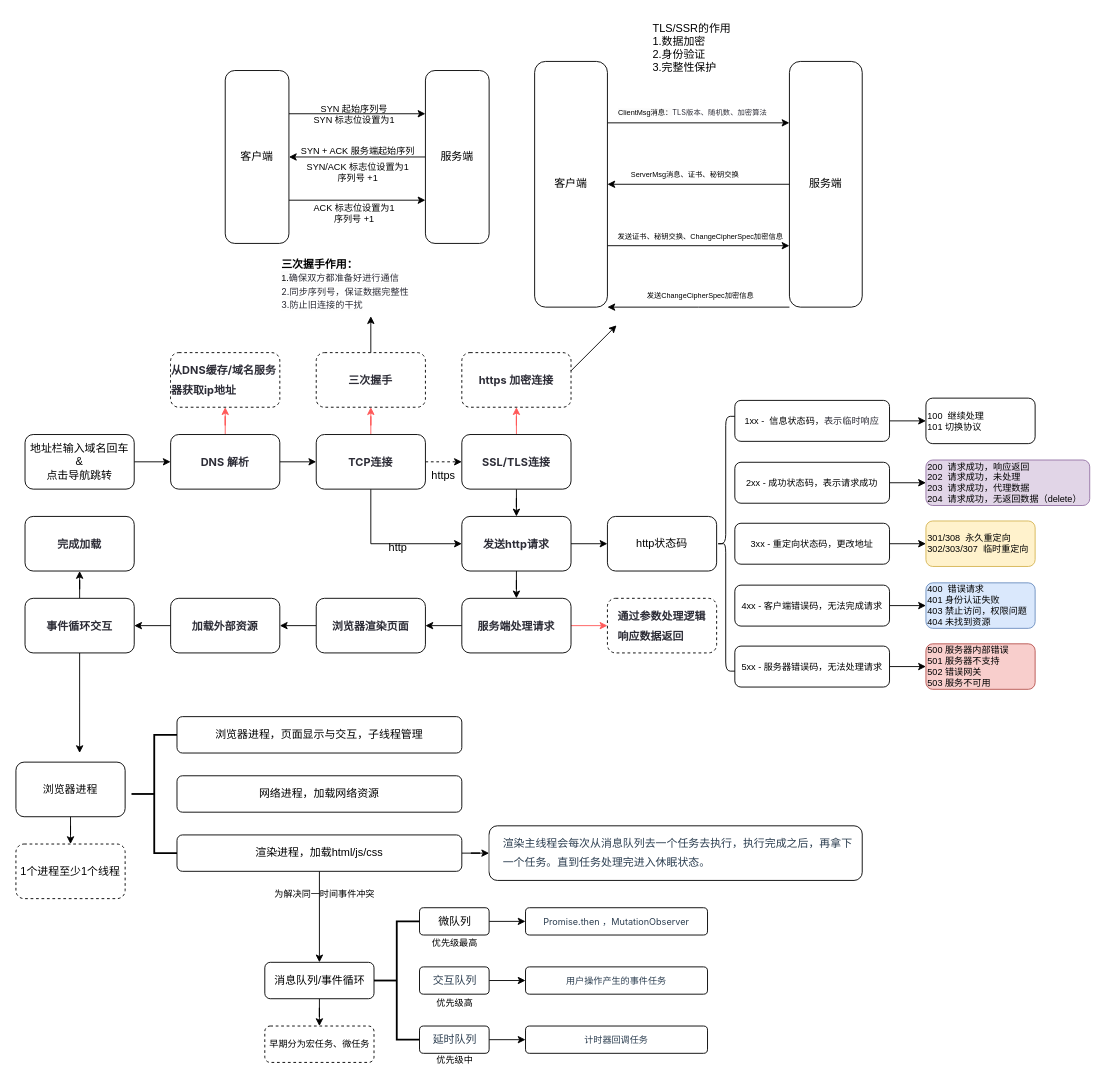
Before: public/lct/浏览器从输入ip到页面加载执行过程.drawio in GHchenjingqi/home, a draw.io diagram. Source tidied: cells renumbered, new cells numbered last; positions are measured from the earlier drawing's top-left corner, leaving out a move shared by most shapes. Both pictures are drawn from the tidied source at 91%, with x=0, y=0 at pixel (15, 15).
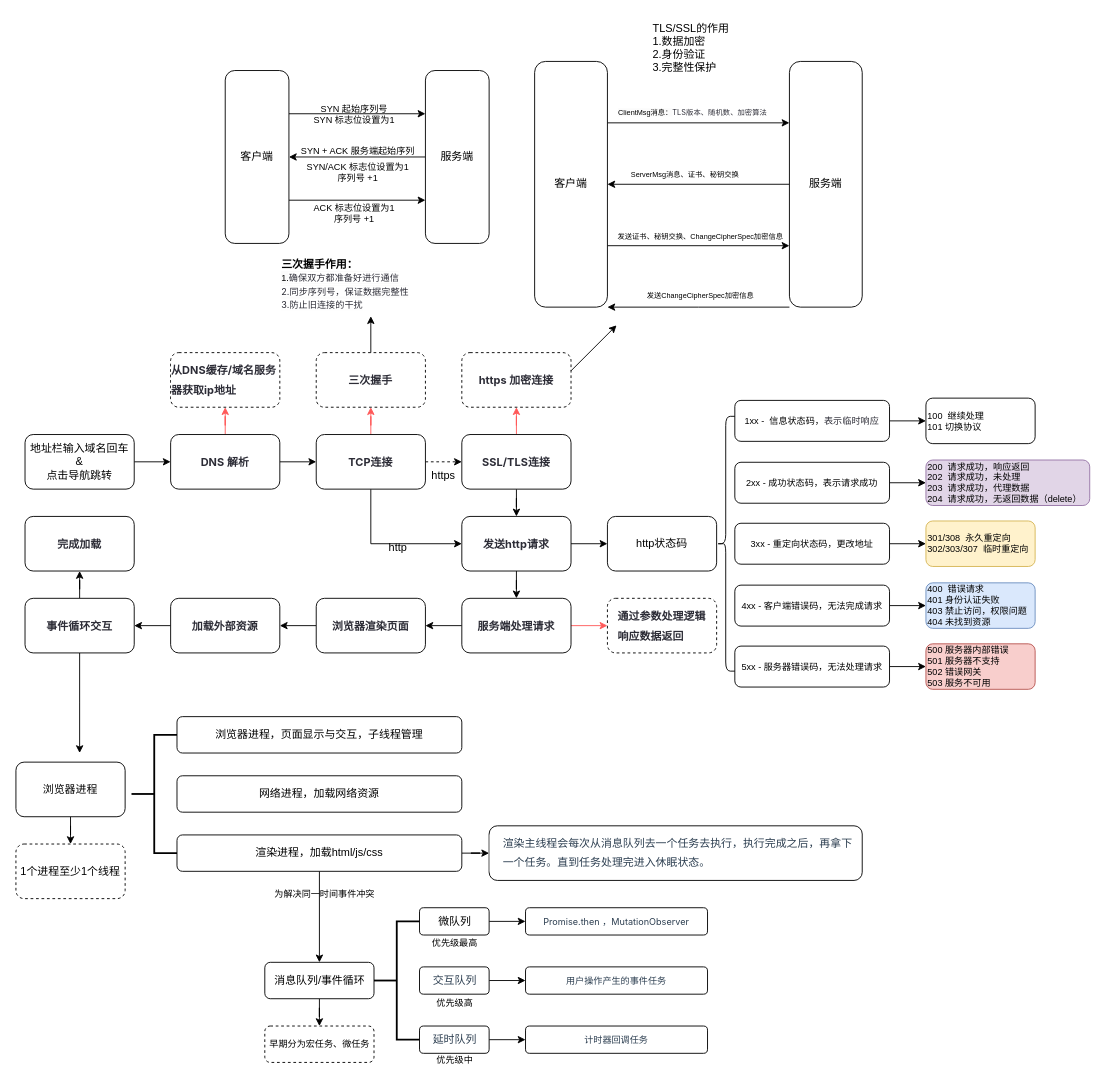
The same page after the edit.

Commit message:
Update 浏览器从输入ip到页面加载执行过程.drawio

The change refers to these unchanged cells:
```xml
<mxCell id="47" style="group;" parent="1" vertex="1">
  <mxGeometry x="570" width="360" height="323" as="geometry" />
</mxCell>
```

Change to the diagram source:
```diff
@@
-    <mxCell id="58" value="TLS/SSR的作用&lt;div&gt;1.数据加密&lt;br&gt;2.身份验证&lt;br&gt;3.完整性保护&lt;/div&gt;" style="text;html=1;align=left;verticalAlign=middle;strokeColor=none;fillColor=none;" parent="47" vertex="1">
+    <mxCell id="58" value="TLS/SSL的作用&lt;div&gt;1.数据加密&lt;br&gt;2.身份验证&lt;br&gt;3.完整性保护&lt;/div&gt;" style="text;html=1;align=left;verticalAlign=middle;strokeColor=none;fillColor=none;" parent="47" vertex="1">
       <mxGeometry x="127.5" width="110" height="70" as="geometry" />
     </mxCell>
```
